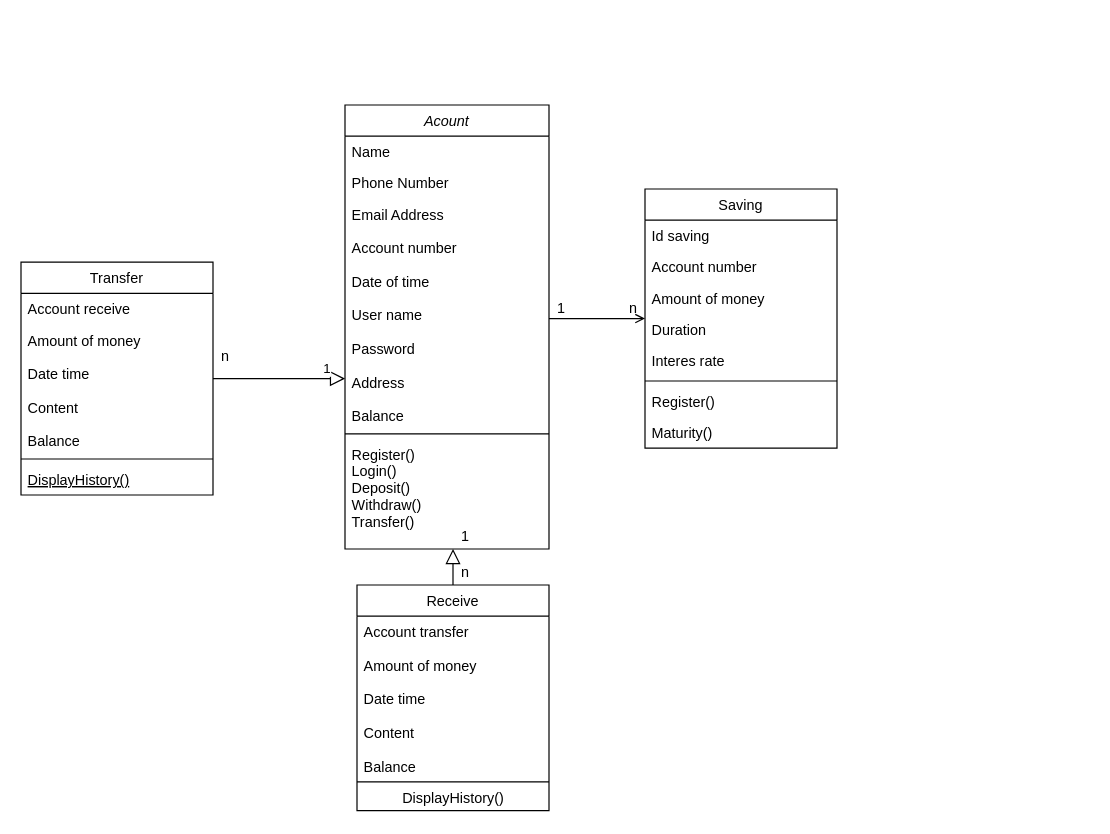
Before: BankClass.drawio in bacday32/lephuocbac, a draw.io diagram. Source tidied: cells renumbered, new cells numbered last; positions are measured from the earlier drawing's top-left corner, leaving out a move shared by most shapes. Both pictures are drawn from the tidied source at 120%, with x=0, y=0 at pixel (20, 104).
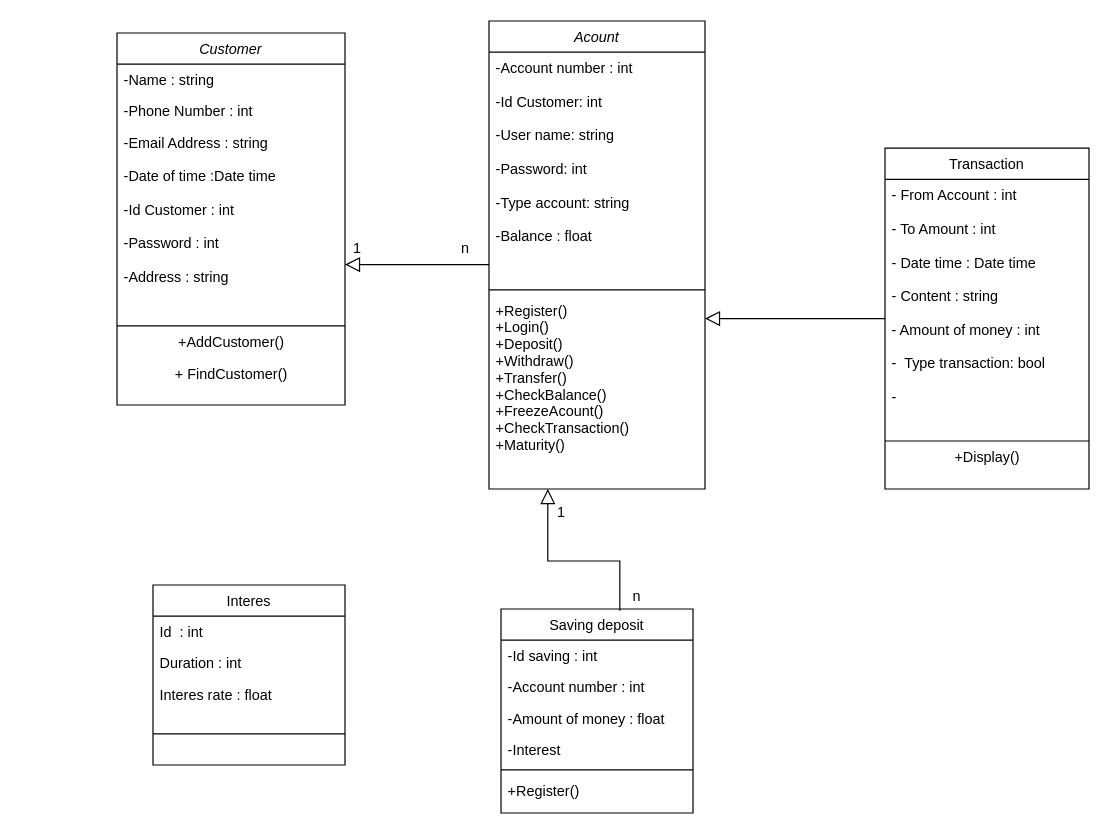
The same diagram, later.

What changed in the source:
```diff
@@
     <mxCell id="2" value="Acount&#10;" style="swimlane;fontStyle=2;align=center;verticalAlign=top;horizontal=1;startSize=26;rounded=0;shadow=0;strokeWidth=1;" parent="1" vertex="1">
-      <mxGeometry x="270" width="170" height="370" as="geometry" />
+      <mxGeometry x="390" y="-70" width="180" height="390" as="geometry" />
     </mxCell>
-    <mxCell id="3" value="Name" style="text;align=left;verticalAlign=top;spacingLeft=4;spacingRight=4;overflow=hidden;" parent="2" vertex="1">
-      <mxGeometry y="26" width="170" height="26" as="geometry" />
-    </mxCell>
-    <mxCell id="4" value="Phone Number" style="text;align=left;verticalAlign=top;spacingLeft=4;spacingRight=4;overflow=hidden;rounded=0;shadow=0;html=0;" parent="2" vertex="1">
-      <mxGeometry y="52" width="170" height="26" as="geometry" />
-    </mxCell>
-    <mxCell id="5" value="Email Address&#10;&#10;Account number&#10;&#10;Date of time&#10;&#10;User name&#10;&#10;Password&#10;&#10;Address&#10;&#10;Balance&#10;&#10;&#10;" style="text;align=left;verticalAlign=top;spacingLeft=4;spacingRight=4;overflow=hidden;rounded=0;shadow=0;html=0;" parent="2" vertex="1">
-      <mxGeometry y="78" width="170" height="192" as="geometry" />
+    <mxCell id="5" value="-Account number : int&#10;&#10;-Id Customer: int&#10;&#10;-User name: string&#10;&#10;-Password: int&#10;&#10;-Type account: string&#10;&#10;-Balance : float&#10;&#10;" style="text;align=left;verticalAlign=top;spacingLeft=4;spacingRight=4;overflow=hidden;rounded=0;shadow=0;html=0;" parent="2" vertex="1">
+      <mxGeometry y="26" width="180" height="194" as="geometry" />
     </mxCell>
     <mxCell id="6" style="line;html=1;strokeWidth=1;align=left;verticalAlign=middle;spacingTop=-1;spacingLeft=3;spacingRight=3;labelPosition=right;" parent="2" vertex="1">
-      <mxGeometry y="270" width="170" height="8" as="geometry" />
+      <mxGeometry y="220" width="180" height="8" as="geometry" />
     </mxCell>
-    <mxCell id="7" value="Register()&#10;Login()&#10;Deposit()&#10;Withdraw()&#10;Transfer()&#10;" style="text;align=left;verticalAlign=top;spacingLeft=4;spacingRight=4;overflow=hidden;" parent="2" vertex="1">
-      <mxGeometry y="278" width="170" height="92" as="geometry" />
+    <mxCell id="7" value="+Register()&#10;+Login()&#10;+Deposit()&#10;+Withdraw()&#10;+Transfer()&#10;+CheckBalance()&#10;+FreezeAcount()&#10;+CheckTransaction()&#10;+Maturity()&#10;&#10;" style="text;align=left;verticalAlign=top;spacingLeft=4;spacingRight=4;overflow=hidden;" parent="2" vertex="1">
+      <mxGeometry y="228" width="180" height="162" as="geometry" />
     </mxCell>
-    <mxCell id="8" value="Transfer" style="swimlane;fontStyle=0;align=center;verticalAlign=top;horizontal=1;startSize=26;rounded=0;shadow=0;strokeWidth=1;" parent="1" vertex="1">
-      <mxGeometry y="131" width="160" height="194" as="geometry" />
-    </mxCell>
-    <mxCell id="9" value="Account receive" style="text;align=left;verticalAlign=top;spacingLeft=4;spacingRight=4;overflow=hidden;" parent="8" vertex="1">
-      <mxGeometry y="26" width="160" height="26" as="geometry" />
-    </mxCell>
-    <mxCell id="10" value="Amount of money&#10;&#10;Date time&#10;&#10;Content&#10;&#10;Balance" style="text;align=left;verticalAlign=top;spacingLeft=4;spacingRight=4;overflow=hidden;rounded=0;shadow=0;html=0;" parent="8" vertex="1">
-      <mxGeometry y="52" width="160" height="108" as="geometry" />
-    </mxCell>
-    <mxCell id="11" style="line;html=1;strokeWidth=1;align=left;verticalAlign=middle;spacingTop=-1;spacingLeft=3;spacingRight=3;labelPosition=right;" parent="8" vertex="1">
-      <mxGeometry y="160" width="160" height="8" as="geometry" />
-    </mxCell>
-    <mxCell id="12" value="DisplayHistory()" style="text;align=left;verticalAlign=top;spacingLeft=4;spacingRight=4;overflow=hidden;fontStyle=4;" parent="8" vertex="1">
-      <mxGeometry y="168" width="160" height="26" as="geometry" />
-    </mxCell>
-    <mxCell id="13" style="endArrow=block;endSize=10;endFill=0;shadow=0;strokeWidth=1;rounded=0;edgeStyle=elbowEdgeStyle;elbow=vertical;" parent="1" edge="1" source="8" target="2">
-      <mxGeometry relative="1" as="geometry" />
-    </mxCell>
-    <mxCell id="14" value="1" style="edgeLabel;html=1;align=center;verticalAlign=middle;" parent="13" vertex="1">
-      <mxGeometry x="0.71" y="9" relative="1" as="geometry" />
-    </mxCell>
-    <mxCell id="15" value="Receive" style="swimlane;fontStyle=0;align=center;verticalAlign=top;horizontal=1;startSize=26;rounded=0;shadow=0;strokeWidth=1;" parent="1" vertex="1">
-      <mxGeometry x="280" y="400" width="160" height="188" as="geometry" />
+    <mxCell id="15" value="Transaction" style="swimlane;fontStyle=0;align=center;verticalAlign=top;horizontal=1;startSize=26;rounded=0;shadow=0;strokeWidth=1;" parent="1" vertex="1">
+      <mxGeometry x="720" y="36" width="170" height="284" as="geometry" />
     </mxCell>
-    <mxCell id="16" value="Account transfer&#10;&#10;Amount of money&#10;&#10;Date time&#10;&#10;Content&#10;&#10;Balance &#10;" style="text;align=left;verticalAlign=top;spacingLeft=4;spacingRight=4;overflow=hidden;" parent="15" vertex="1">
-      <mxGeometry y="26" width="160" height="134" as="geometry" />
+    <mxCell id="16" value="- From Account : int&#10;&#10;- To Amount : int&#10;&#10;- Date time : Date time&#10;&#10;- Content : string&#10;&#10;- Amount of money : int &#10;&#10;-  Type transaction: bool&#10;&#10;- &#10;" style="text;align=left;verticalAlign=top;spacingLeft=4;spacingRight=4;overflow=hidden;" parent="15" vertex="1">
+      <mxGeometry y="26" width="170" height="214" as="geometry" />
     </mxCell>
     <mxCell id="17" style="line;html=1;strokeWidth=1;align=left;verticalAlign=middle;spacingTop=-1;spacingLeft=3;spacingRight=3;labelPosition=right;" parent="15" vertex="1">
-      <mxGeometry y="160" width="160" height="8" as="geometry" />
+      <mxGeometry y="240" width="170" height="8" as="geometry" />
     </mxCell>
-    <mxCell id="18" value="DisplayHistory()" style="text;html=1;align=center;verticalAlign=middle;" parent="15" vertex="1">
-      <mxGeometry y="168" width="160" height="20" as="geometry" />
+    <mxCell id="18" value="+Display()" style="text;html=1;align=center;verticalAlign=middle;" parent="15" vertex="1">
+      <mxGeometry y="248" width="170" height="20" as="geometry" />
     </mxCell>
     <mxCell id="19" style="endArrow=block;endSize=10;endFill=0;shadow=0;strokeWidth=1;rounded=0;edgeStyle=elbowEdgeStyle;elbow=vertical;" parent="1" edge="1" source="15" target="2">
       <mxGeometry relative="1" as="geometry">
         <Array as="points">
+          <mxPoint x="570" y="300" />
           <mxPoint x="310" y="190" />
         </Array>
       </mxGeometry>
     </mxCell>
-    <mxCell id="20" value="Saving&#10;" style="swimlane;fontStyle=0;align=center;verticalAlign=top;horizontal=1;startSize=26;rounded=0;shadow=0;strokeWidth=1;" parent="1" vertex="1">
-      <mxGeometry x="520" y="70" width="160" height="216" as="geometry" />
+    <mxCell id="20" value="Saving deposit&#10;" style="swimlane;fontStyle=0;align=center;verticalAlign=top;horizontal=1;startSize=26;rounded=0;shadow=0;strokeWidth=1;" parent="1" vertex="1">
+      <mxGeometry x="400" y="420" width="160" height="170" as="geometry" />
     </mxCell>
-    <mxCell id="21" value="Id saving" style="text;align=left;verticalAlign=top;spacingLeft=4;spacingRight=4;overflow=hidden;" parent="20" vertex="1">
+    <mxCell id="21" value="-Id saving : int" style="text;align=left;verticalAlign=top;spacingLeft=4;spacingRight=4;overflow=hidden;" parent="20" vertex="1">
       <mxGeometry y="26" width="160" height="26" as="geometry" />
     </mxCell>
-    <mxCell id="22" value="Account number" style="text;align=left;verticalAlign=top;spacingLeft=4;spacingRight=4;overflow=hidden;rounded=0;shadow=0;html=0;" parent="20" vertex="1">
+    <mxCell id="22" value="-Account number : int&#10;" style="text;align=left;verticalAlign=top;spacingLeft=4;spacingRight=4;overflow=hidden;rounded=0;shadow=0;html=0;" parent="20" vertex="1">
       <mxGeometry y="52" width="160" height="26" as="geometry" />
     </mxCell>
-    <mxCell id="23" value="Amount of money" style="text;align=left;verticalAlign=top;spacingLeft=4;spacingRight=4;overflow=hidden;rounded=0;shadow=0;html=0;" parent="20" vertex="1">
+    <mxCell id="23" value="-Amount of money : float" style="text;align=left;verticalAlign=top;spacingLeft=4;spacingRight=4;overflow=hidden;rounded=0;shadow=0;html=0;" parent="20" vertex="1">
       <mxGeometry y="78" width="160" height="26" as="geometry" />
     </mxCell>
-    <mxCell id="24" value="Duration" style="text;align=left;verticalAlign=top;spacingLeft=4;spacingRight=4;overflow=hidden;rounded=0;shadow=0;html=0;" parent="20" vertex="1">
-      <mxGeometry y="104" width="160" height="26" as="geometry" />
-    </mxCell>
-    <mxCell id="25" value="Interes rate" style="text;align=left;verticalAlign=top;spacingLeft=4;spacingRight=4;overflow=hidden;rounded=0;shadow=0;html=0;" parent="20" vertex="1">
-      <mxGeometry y="130" width="160" height="26" as="geometry" />
+    <mxCell id="25" value="-Interest " style="text;align=left;verticalAlign=top;spacingLeft=4;spacingRight=4;overflow=hidden;rounded=0;shadow=0;html=0;" parent="20" vertex="1">
+      <mxGeometry y="104" width="160" height="26" as="geometry" />
     </mxCell>
     <mxCell id="26" style="line;html=1;strokeWidth=1;align=left;verticalAlign=middle;spacingTop=-1;spacingLeft=3;spacingRight=3;labelPosition=right;" parent="20" vertex="1">
-      <mxGeometry y="156" width="160" height="8" as="geometry" />
+      <mxGeometry y="130" width="160" height="8" as="geometry" />
     </mxCell>
-    <mxCell id="27" value="Register()" style="text;align=left;verticalAlign=top;spacingLeft=4;spacingRight=4;overflow=hidden;" parent="20" vertex="1">
-      <mxGeometry y="164" width="160" height="26" as="geometry" />
+    <mxCell id="27" value="+Register()" style="text;align=left;verticalAlign=top;spacingLeft=4;spacingRight=4;overflow=hidden;" parent="20" vertex="1">
+      <mxGeometry y="138" width="160" height="26" as="geometry" />
     </mxCell>
-    <mxCell id="28" value="Maturity()" style="text;align=left;verticalAlign=top;spacingLeft=4;spacingRight=4;overflow=hidden;" parent="20" vertex="1">
-      <mxGeometry y="190" width="160" height="26" as="geometry" />
-    </mxCell>
-    <mxCell id="29" style="endArrow=open;shadow=0;strokeWidth=1;rounded=0;endFill=1;edgeStyle=elbowEdgeStyle;elbow=vertical;" parent="1" edge="1" source="2" target="20">
-      <mxGeometry x="0.5" y="41" relative="1" as="geometry">
-        <mxPoint x="-40" y="32" as="offset" />
-      </mxGeometry>
-    </mxCell>
-    <mxCell id="30" value="1" style="text;html=1;align=center;verticalAlign=middle;" parent="1" vertex="1">
-      <mxGeometry x="440" y="160" width="20" height="20" as="geometry" />
-    </mxCell>
-    <mxCell id="31" value="n" style="text;html=1;align=center;verticalAlign=middle;" parent="1" vertex="1">
-      <mxGeometry x="500" y="160" width="20" height="20" as="geometry" />
-    </mxCell>
-    <mxCell id="32" value="n" style="text;html=1;align=center;verticalAlign=middle;" parent="1" vertex="1">
-      <mxGeometry x="160" y="200" width="20" height="20" as="geometry" />
-    </mxCell>
-    <mxCell id="33" value="1" style="text;html=1;align=center;verticalAlign=middle;" parent="1" vertex="1">
-      <mxGeometry x="360" y="350" width="20" height="20" as="geometry" />
-    </mxCell>
-    <mxCell id="34" value="n" style="text;html=1;align=center;verticalAlign=middle;" parent="1" vertex="1">
-      <mxGeometry x="360" y="380" width="20" height="20" as="geometry" />
-    </mxCell>
+    <mxCell id="35" value="Customer" style="swimlane;fontStyle=2;align=center;verticalAlign=top;horizontal=1;startSize=26;rounded=0;shadow=0;strokeWidth=1;" parent="1" vertex="1">
+      <mxGeometry x="80" y="-60" width="190" height="310" as="geometry" />
+    </mxCell>
+    <mxCell id="36" value="-Name : string&#10;&#10;" style="text;align=left;verticalAlign=top;spacingLeft=4;spacingRight=4;overflow=hidden;" parent="35" vertex="1">
+      <mxGeometry y="26" width="190" height="26" as="geometry" />
+    </mxCell>
+    <mxCell id="37" value="-Phone Number : int&#10;&#10;&#10;&#10;" style="text;align=left;verticalAlign=top;spacingLeft=4;spacingRight=4;overflow=hidden;rounded=0;shadow=0;html=0;" parent="35" vertex="1">
+      <mxGeometry y="52" width="190" height="26" as="geometry" />
+    </mxCell>
+    <mxCell id="38" value="-Email Address : string&#10;&#10;-Date of time :Date time&#10;&#10;-Id Customer : int &#10;&#10;-Password : int&#10;&#10;-Address : string&#10;" style="text;align=left;verticalAlign=top;spacingLeft=4;spacingRight=4;overflow=hidden;rounded=0;shadow=0;html=0;" parent="35" vertex="1">
+      <mxGeometry y="78" width="190" height="162" as="geometry" />
+    </mxCell>
+    <mxCell id="39" style="line;html=1;strokeWidth=1;align=left;verticalAlign=middle;spacingTop=-1;spacingLeft=3;spacingRight=3;labelPosition=right;" parent="35" vertex="1">
+      <mxGeometry y="240" width="190" height="8" as="geometry" />
+    </mxCell>
+    <mxCell id="40" value="+AddCustomer()" style="text;html=1;align=center;verticalAlign=middle;" parent="35" vertex="1">
+      <mxGeometry y="248" width="190" height="20" as="geometry" />
+    </mxCell>
+    <mxCell id="41" value="+ FindCustomer()" style="text;html=1;align=center;verticalAlign=left&#10;;" parent="35" vertex="1">
+      <mxGeometry y="268" width="190" height="20" as="geometry" />
+    </mxCell>
+    <mxCell id="42" style="endArrow=block;endSize=10;endFill=0;shadow=0;strokeWidth=1;rounded=0;edgeStyle=elbowEdgeStyle;elbow=vertical;" parent="1" edge="1" source="2" target="35">
+      <mxGeometry relative="1" as="geometry">
+        <Array as="points">
+          <mxPoint x="320" y="133" />
+          <mxPoint x="290" y="370" />
+          <mxPoint x="170" y="209" />
+          <mxPoint x="-90" y="99" />
+        </Array>
+      </mxGeometry>
+    </mxCell>
+    <mxCell id="43" style="endArrow=block;endSize=10;endFill=0;shadow=0;strokeWidth=1;rounded=0;edgeStyle=elbowEdgeStyle;elbow=vertical;exitX=0.619;exitY=0.009;exitDx=0;exitDy=0;exitPerimeter=0;" parent="1" edge="1" source="20" target="2">
+      <mxGeometry relative="1" as="geometry">
+        <Array as="points">
+          <mxPoint x="439" y="380" />
+          <mxPoint x="500" y="410" />
+          <mxPoint x="460" y="320" />
+          <mxPoint x="400" y="340" />
+          <mxPoint x="520" y="540" />
+          <mxPoint x="370" y="570" />
+          <mxPoint x="250" y="409" />
+          <mxPoint x="-10" y="299" />
+        </Array>
+      </mxGeometry>
+    </mxCell>
+    <mxCell id="44" value="1" style="text;html=1;align=center;verticalAlign=middle;" parent="1" vertex="1">
+      <mxGeometry x="270" y="110" width="20" height="20" as="geometry" />
+    </mxCell>
+    <mxCell id="45" value="n" style="text;html=1;align=center;verticalAlign=middle;" parent="1" vertex="1">
+      <mxGeometry x="360" y="110" width="20" height="20" as="geometry" />
+    </mxCell>
+    <mxCell id="46" value="1" style="text;html=1;align=center;verticalAlign=middle;" parent="1" vertex="1">
+      <mxGeometry x="440" y="330" width="20" height="20" as="geometry" />
+    </mxCell>
+    <mxCell id="47" value="n" style="text;html=1;align=center;verticalAlign=middle;" parent="1" vertex="1">
+      <mxGeometry x="503" y="400" width="20" height="20" as="geometry" />
+    </mxCell>
+    <mxCell id="48" value="Interes" style="swimlane;fontStyle=0;align=center;verticalAlign=top;horizontal=1;startSize=26;rounded=0;shadow=0;strokeWidth=1;" parent="1" vertex="1">
+      <mxGeometry x="110" y="400" width="160" height="150" as="geometry" />
+    </mxCell>
+    <mxCell id="49" value="Id  : int" style="text;align=left;verticalAlign=top;spacingLeft=4;spacingRight=4;overflow=hidden;" parent="48" vertex="1">
+      <mxGeometry y="26" width="160" height="26" as="geometry" />
+    </mxCell>
+    <mxCell id="50" value="Duration : int" style="text;align=left;verticalAlign=top;spacingLeft=4;spacingRight=4;overflow=hidden;rounded=0;shadow=0;html=0;" parent="48" vertex="1">
+      <mxGeometry y="52" width="160" height="26" as="geometry" />
+    </mxCell>
+    <mxCell id="51" value="Interes rate : float" style="text;align=left;verticalAlign=top;spacingLeft=4;spacingRight=4;overflow=hidden;rounded=0;shadow=0;html=0;" parent="48" vertex="1">
+      <mxGeometry y="78" width="160" height="42" as="geometry" />
+    </mxCell>
+    <mxCell id="52" style="line;html=1;strokeWidth=1;align=left;verticalAlign=middle;spacingTop=-1;spacingLeft=3;spacingRight=3;labelPosition=right;" parent="48" vertex="1">
+      <mxGeometry y="120" width="160" height="8" as="geometry" />
+    </mxCell>
```
